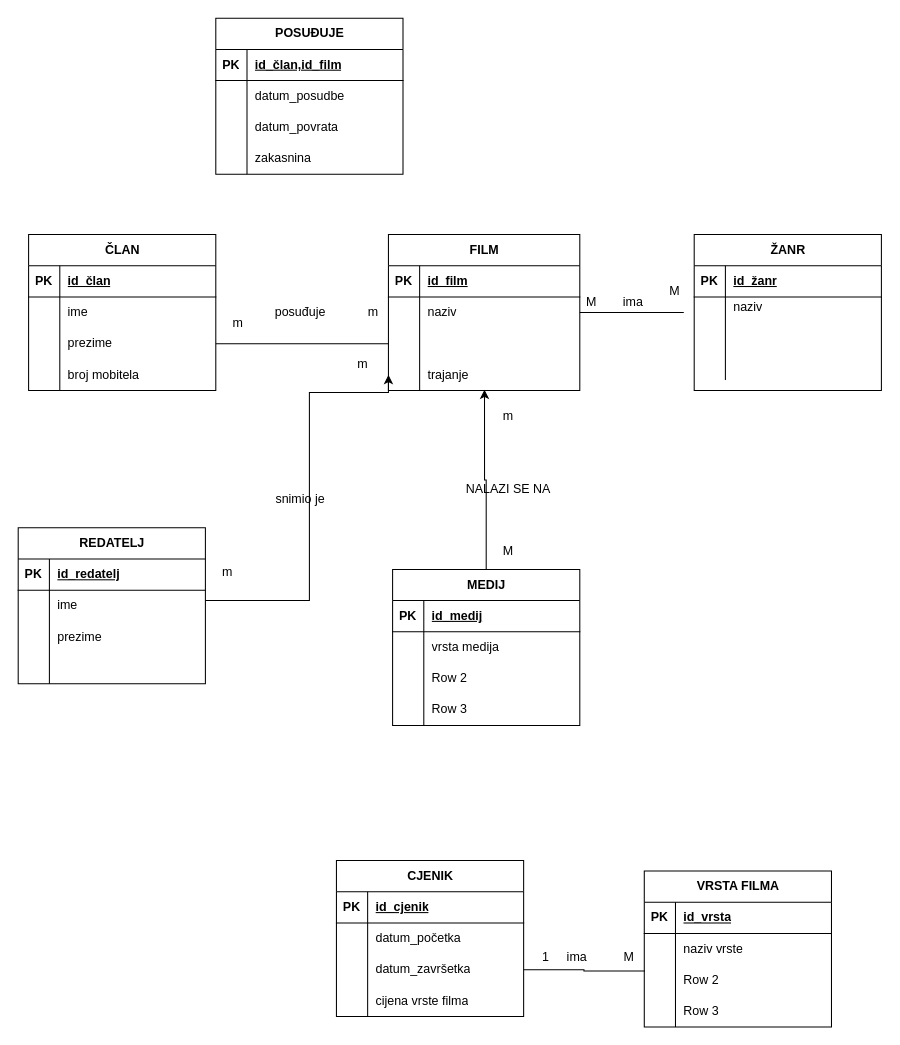
This is algebra/videoteka.drawio from RagingApe/AlgebraPHPBE, a draw.io file, before an edit. Source tidied: cells renumbered, new cells numbered last; positions are measured from the earlier drawing's top-left corner, leaving out a move shared by most shapes. Both pictures are drawn from the tidied source at 104%, with x=0, y=0 at pixel (18, 18).
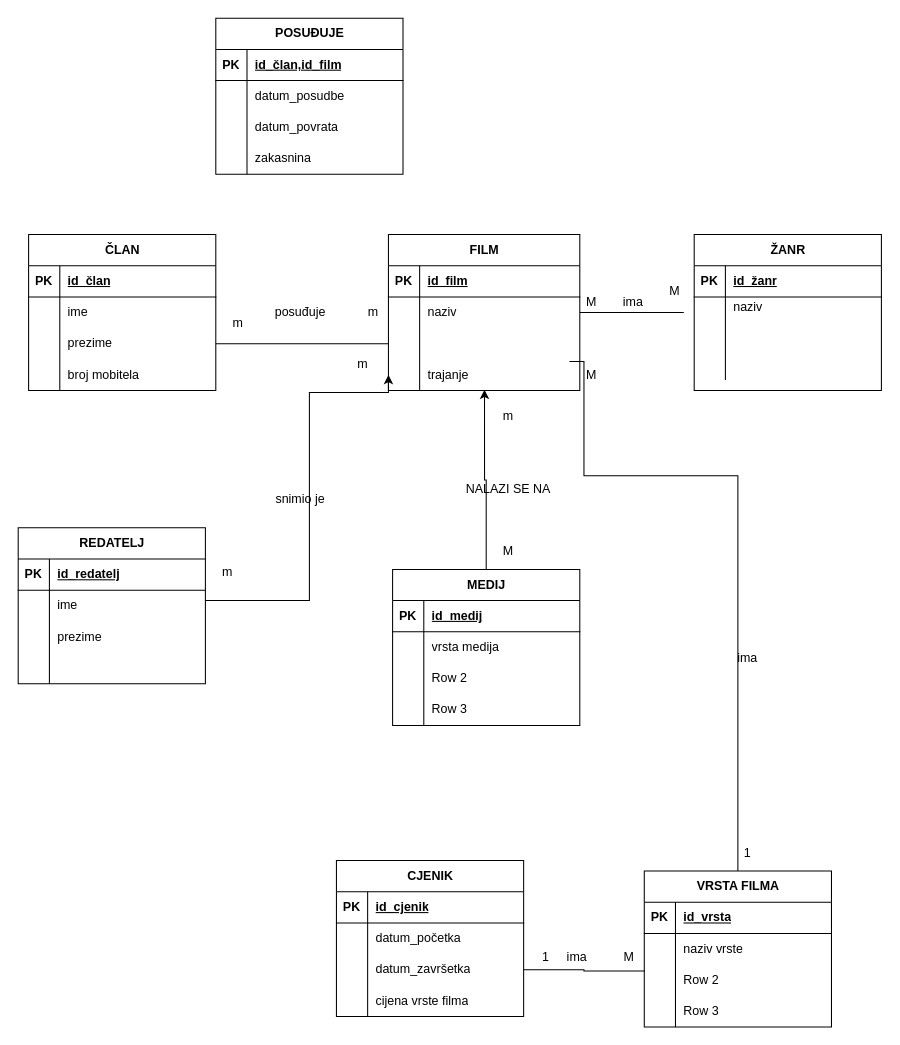
The same page after the edit.

The change refers to these unchanged cells:
```xml
<mxCell id="26" style="shape=tableRow;horizontal=0;startSize=0;swimlaneHead=0;swimlaneBody=0;fillColor=none;points=[[0,0.5],[1,0.5]];portConstraint=eastwest;top=0;left=0;right=0;bottom=0;" parent="16" vertex="1">
  <mxGeometry y="120" width="184" height="30" as="geometry" />
</mxCell>
<mxCell id="105" value="VRSTA FILMA" style="shape=table;startSize=30;childLayout=tableLayout;rowLines=0;fontStyle=1;align=center;html=1;" parent="1" vertex="1">
  <mxGeometry x="602" y="820" width="180" height="150" as="geometry" />
</mxCell>
```

Diff of the diagram source:
```diff
@@
+    <mxCell id="126" style="edgeStyle=orthogonalEdgeStyle;rounded=0;jettySize=auto;html=1;endArrow=none;endFill=0;entryX=0.946;entryY=0.067;entryDx=0;entryDy=0;entryPerimeter=0;" parent="1" edge="1" source="105" target="26">
+      <mxGeometry relative="1" as="geometry">
+        <Array as="points">
+          <mxPoint x="692" y="440" />
+          <mxPoint x="544" y="440" />
+          <mxPoint x="544" y="330" />
+        </Array>
+      </mxGeometry>
+    </mxCell>
+    <mxCell id="127" value="&lt;div&gt;ima&lt;/div&gt;&lt;div&gt;&lt;br&gt;&lt;/div&gt;" style="text;html=1;align=center;verticalAlign=middle;strokeColor=none;fillColor=none;" parent="1" vertex="1">
+      <mxGeometry x="681" y="603" width="40" height="40" as="geometry" />
+    </mxCell>
+    <mxCell id="128" value="M" style="text;html=1;align=center;verticalAlign=middle;strokeColor=none;fillColor=none;" parent="1" vertex="1">
+      <mxGeometry x="536" y="328" width="30" height="30" as="geometry" />
+    </mxCell>
+    <mxCell id="129" value="1" style="text;html=1;align=center;verticalAlign=middle;strokeColor=none;fillColor=none;" parent="1" vertex="1">
+      <mxGeometry x="686" y="788" width="30" height="30" as="geometry" />
+    </mxCell>
```
